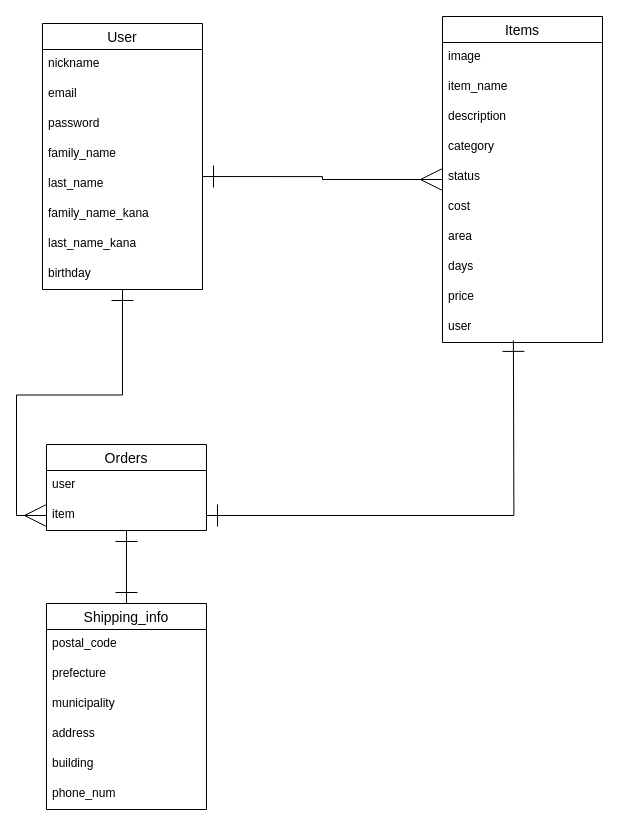
Before: furima.dio in taku-aikure/furima-34458, a draw.io diagram. Source tidied: cells renumbered, new cells numbered last; positions are measured from the earlier drawing's top-left corner, leaving out a move shared by most shapes. Both pictures are drawn from the tidied source at 100%, with x=0, y=0 at pixel (42, 16).
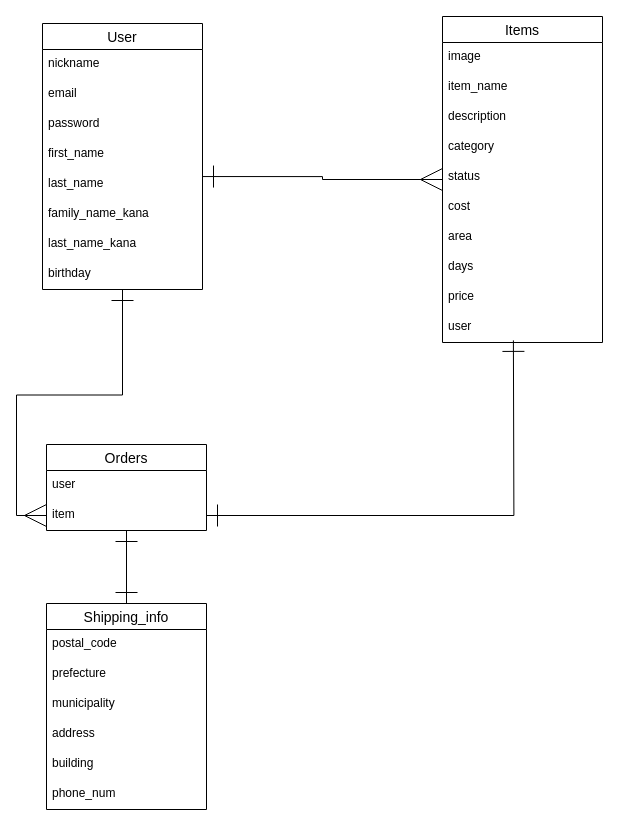
After the change.

Unchanged cells that the change refers to:
```xml
<mxCell id="4" value="User" style="swimlane;fontStyle=0;horizontal=1;startSize=26;align=center;fontSize=14;" parent="1" vertex="1">
  <mxGeometry y="7" width="160" height="266" as="geometry" />
</mxCell>
```

What changed in the source:
```diff
@@
-    <mxCell id="8" value="family_name&#10;" style="text;strokeColor=none;fillColor=none;spacingLeft=4;spacingRight=4;overflow=hidden;fontSize=12;" parent="4" vertex="1">
+    <mxCell id="8" value="first_name&#10;" style="text;strokeColor=none;fillColor=none;spacingLeft=4;spacingRight=4;overflow=hidden;fontSize=12;" parent="4" vertex="1">
       <mxGeometry y="116" width="160" height="30" as="geometry" />
     </mxCell>
```
